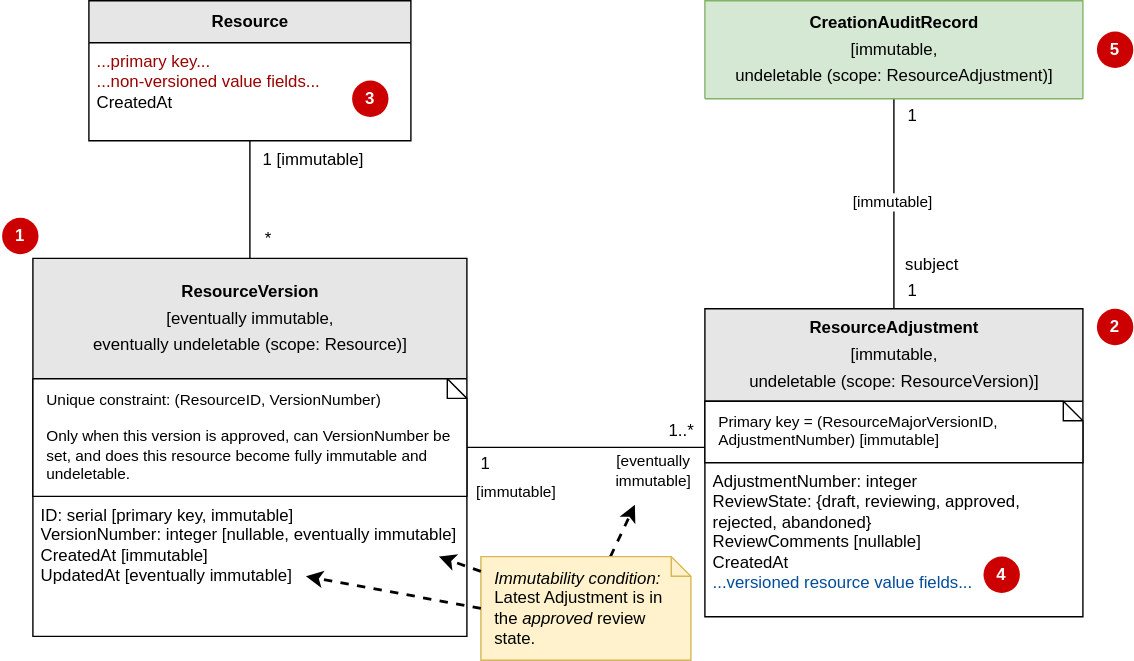
The draw.io diagram devdocs/reviewable-infra-normal.drawio.svg in fullstaq-labs/sqedule, before a commit. Source tidied: cells renumbered, new cells last; positions are measured from the earlier drawing's top-left corner, leaving out a move shared by most shapes. Source of this version:
```xml
<mxGraphModel>
  <root>
    <mxCell id="0" />
    <mxCell id="1" parent="0" />
    <mxCell id="2" style="edgeStyle=orthogonalEdgeStyle;rounded=0;sketch=0;jumpStyle=arc;jettySize=auto;html=1;startArrow=none;startFill=0;endArrow=none;endFill=0;strokeColor=#000000;strokeWidth=1;fontSize=12;fontColor=#000000;" parent="1" edge="1" source="17" target="20">
      <mxGeometry relative="1" as="geometry">
        <Array as="points">
          <mxPoint x="422" y="319" />
          <mxPoint x="422" y="319" />
        </Array>
      </mxGeometry>
    </mxCell>
    <mxCell id="3" value="1..*" style="edgeLabel;html=1;align=center;verticalAlign=middle;fontSize=12;fontColor=#000000;" parent="2" vertex="1">
      <mxGeometry x="0.57" y="1" relative="1" as="geometry">
        <mxPoint x="19" y="-12" as="offset" />
      </mxGeometry>
    </mxCell>
    <mxCell id="4" value="1" style="edgeLabel;html=1;align=center;verticalAlign=middle;fontSize=12;fontColor=#000000;" parent="2" vertex="1">
      <mxGeometry x="-0.63" y="-2" relative="1" as="geometry">
        <mxPoint x="-19" y="9" as="offset" />
      </mxGeometry>
    </mxCell>
    <mxCell id="5" value="&lt;font&gt;[eventually&lt;br&gt;immutable]&lt;/font&gt;" style="edgeLabel;html=1;align=center;verticalAlign=middle;" parent="2" vertex="1">
      <mxGeometry x="-0.15" y="-1" relative="1" as="geometry">
        <mxPoint x="60" y="15" as="offset" />
      </mxGeometry>
    </mxCell>
    <mxCell id="6" value="[immutable]" style="edgeLabel;html=1;align=center;verticalAlign=middle;" parent="2" vertex="1">
      <mxGeometry x="-0.81" y="-1" relative="1" as="geometry">
        <mxPoint x="18" y="30" as="offset" />
      </mxGeometry>
    </mxCell>
    <mxCell id="7" style="edgeStyle=orthogonalEdgeStyle;rounded=0;sketch=0;jumpStyle=arc;jettySize=auto;html=1;startArrow=none;startFill=0;endArrow=none;endFill=0;strokeColor=#000000;strokeWidth=1;fontSize=12;fontColor=#000000;" parent="1" edge="1" source="23" target="17">
      <mxGeometry relative="1" as="geometry" />
    </mxCell>
    <mxCell id="8" value="1 [immutable]" style="edgeLabel;html=1;align=center;verticalAlign=middle;fontSize=12;fontColor=#000000;" parent="7" vertex="1">
      <mxGeometry x="-0.7" y="2" relative="1" as="geometry">
        <mxPoint x="42" as="offset" />
      </mxGeometry>
    </mxCell>
    <mxCell id="9" value="*" style="edgeLabel;html=1;align=center;verticalAlign=middle;fontSize=12;fontColor=#000000;" parent="7" vertex="1">
      <mxGeometry x="0.61" y="2" relative="1" as="geometry">
        <mxPoint x="10" y="1" as="offset" />
      </mxGeometry>
    </mxCell>
    <mxCell id="10" style="edgeStyle=orthogonalEdgeStyle;rounded=0;sketch=0;jumpStyle=arc;jettySize=auto;html=1;startArrow=none;startFill=0;endArrow=none;endFill=0;strokeColor=#000000;strokeWidth=1;fontSize=12;fontColor=#000000;" parent="1" edge="1" source="20" target="25">
      <mxGeometry relative="1" as="geometry" />
    </mxCell>
    <mxCell id="11" value="1" style="edgeLabel;html=1;align=center;verticalAlign=middle;fontSize=12;fontColor=#000000;" parent="10" vertex="1">
      <mxGeometry x="0.65" y="-2" relative="1" as="geometry">
        <mxPoint x="10" y="-15" as="offset" />
      </mxGeometry>
    </mxCell>
    <mxCell id="12" value="1" style="edgeLabel;html=1;align=center;verticalAlign=middle;fontSize=12;fontColor=#000000;" parent="10" vertex="1">
      <mxGeometry x="-0.66" y="2" relative="1" as="geometry">
        <mxPoint x="14" y="11" as="offset" />
      </mxGeometry>
    </mxCell>
    <mxCell id="13" value="subject" style="edgeLabel;html=1;align=center;verticalAlign=middle;fontSize=12;fontColor=#000000;" parent="10" vertex="1">
      <mxGeometry x="-0.52" y="1" relative="1" as="geometry">
        <mxPoint x="27" y="4" as="offset" />
      </mxGeometry>
    </mxCell>
    <mxCell id="14" value="[immutable]" style="edgeLabel;html=1;align=center;verticalAlign=middle;" parent="10" vertex="1">
      <mxGeometry x="0.03" y="2" relative="1" as="geometry" />
    </mxCell>
    <mxCell id="15" style="rounded=0;sketch=0;jumpStyle=arc;jettySize=auto;html=1;startArrow=none;startFill=0;endArrow=classic;endFill=1;strokeColor=#000000;strokeWidth=2;fontSize=12;fontColor=#000000;dashed=1;" parent="1" edge="1" source="16">
      <mxGeometry relative="1" as="geometry">
        <mxPoint x="452" y="360" as="targetPoint" />
      </mxGeometry>
    </mxCell>
    <mxCell id="16" value="&lt;i&gt;Immutability condition:&lt;/i&gt;&lt;br&gt;Latest Adjustment is in the&amp;nbsp;&lt;i&gt;approved&lt;/i&gt;&amp;nbsp;review state." style="shape=note;whiteSpace=wrap;html=1;size=14;verticalAlign=top;align=left;spacingTop=-6;fontSize=12;spacing=10;fillColor=#fff2cc;strokeColor=#d6b656;sketch=0;" parent="1" vertex="1">
      <mxGeometry x="342" y="397" width="150" height="74" as="geometry" />
    </mxCell>
    <mxCell id="17" value="&lt;p style=&quot;line-height: 160%&quot;&gt;ResourceVersion&lt;br&gt;&lt;span style=&quot;font-weight: normal ; line-height: 120%&quot;&gt;[eventually immutable,&lt;br&gt;eventually undeletable (scope: Resource)]&lt;/span&gt;&lt;/p&gt;" style="swimlane;fontStyle=1;horizontal=1;startSize=86;swimlaneFillColor=#ffffff;html=1;fillColor=#E6E6E6;" parent="1" vertex="1">
      <mxGeometry x="22" y="184" width="310" height="270" as="geometry" />
    </mxCell>
    <mxCell id="18" value="Unique constraint: (ResourceID, VersionNumber)&lt;br&gt;&lt;br&gt;Only when this version is approved, can VersionNumber be set, and does this resource become fully immutable and undeletable." style="shape=note;whiteSpace=wrap;html=1;size=14;verticalAlign=top;align=left;spacingTop=-6;fontSize=11;spacing=10;sketch=0;" parent="17" vertex="1">
      <mxGeometry y="86" width="310" height="84" as="geometry" />
    </mxCell>
    <mxCell id="19" value="ID: serial [primary key, immutable]&#10;VersionNumber: integer [nullable, eventually immutable]&#10;CreatedAt [immutable]&#10;UpdatedAt [eventually immutable]" style="text;strokeColor=none;fillColor=none;align=left;verticalAlign=top;spacingLeft=4;spacingRight=4;overflow=hidden;whiteSpace=wrap;" parent="17" vertex="1">
      <mxGeometry y="170" width="310" height="100" as="geometry" />
    </mxCell>
    <mxCell id="20" value="&lt;p style=&quot;line-height: 160%&quot;&gt;ResourceAdjustment&lt;br&gt;&lt;span style=&quot;font-weight: normal&quot;&gt;[immutable,&lt;br&gt;undeletable (scope: ResourceVersion)]&lt;/span&gt;&lt;/p&gt;" style="swimlane;fontStyle=1;horizontal=1;startSize=66;swimlaneFillColor=#ffffff;html=1;fillColor=#E6E6E6;" parent="1" vertex="1">
      <mxGeometry x="502" y="220" width="270" height="220" as="geometry" />
    </mxCell>
    <mxCell id="21" value="Primary key = (ResourceMajorVersionID, AdjustmentNumber) [immutable]" style="shape=note;whiteSpace=wrap;html=1;size=14;verticalAlign=top;align=left;spacingTop=-6;fontSize=11;spacing=10;sketch=0;" parent="20" vertex="1">
      <mxGeometry y="66" width="270" height="44" as="geometry" />
    </mxCell>
    <mxCell id="22" value="AdjustmentNumber: integer&lt;br&gt;ReviewState: {draft, reviewing, approved, rejected, abandoned}&lt;br&gt;ReviewComments [nullable]&lt;br&gt;CreatedAt&lt;br&gt;&lt;font color=&quot;#004c99&quot;&gt;...versioned resource value fields...&lt;/font&gt;" style="text;strokeColor=none;fillColor=none;align=left;verticalAlign=top;spacingLeft=4;spacingRight=4;overflow=hidden;whiteSpace=wrap;html=1;" parent="20" vertex="1">
      <mxGeometry y="110" width="270" height="110" as="geometry" />
    </mxCell>
    <mxCell id="23" value="Resource" style="swimlane;fontStyle=1;horizontal=1;startSize=30;swimlaneFillColor=#ffffff;html=1;fillColor=#E6E6E6;" parent="1" vertex="1">
      <mxGeometry x="62" width="230" height="100" as="geometry" />
    </mxCell>
    <mxCell id="24" value="&lt;font color=&quot;#990000&quot;&gt;...primary key...&lt;br&gt;...non-versioned value fields...&lt;br&gt;&lt;/font&gt;CreatedAt" style="text;strokeColor=none;fillColor=none;align=left;verticalAlign=top;spacingLeft=4;spacingRight=4;overflow=hidden;whiteSpace=wrap;html=1;" parent="23" vertex="1">
      <mxGeometry y="30" width="230" height="70" as="geometry" />
    </mxCell>
    <mxCell id="25" value="&lt;span style=&quot;line-height: 160%&quot;&gt;&lt;b&gt;CreationAuditRecord&lt;/b&gt;&lt;br&gt;[immutable,&lt;br&gt;undeletable (scope: ResourceAdjustment)]&lt;br&gt;&lt;/span&gt;" style="swimlane;fontStyle=0;horizontal=1;startSize=70;strokeColor=#82b366;swimlaneFillColor=#ffffff;html=1;fillColor=#d5e8d4;" parent="1" vertex="1" collapsed="1">
      <mxGeometry x="502" width="270" height="70" as="geometry" />
    </mxCell>
    <mxCell id="26" value="1" style="ellipse;whiteSpace=wrap;html=1;fontStyle=1;strokeWidth=2;strokeColor=none;fillColor=#CC0000;fontColor=#FFFFFF;" parent="1" vertex="1">
      <mxGeometry y="155" width="26" height="26" as="geometry" />
    </mxCell>
    <mxCell id="27" value="2" style="ellipse;whiteSpace=wrap;html=1;fontStyle=1;strokeWidth=2;strokeColor=none;fillColor=#CC0000;fontColor=#FFFFFF;" parent="1" vertex="1">
      <mxGeometry x="782" y="220" width="26" height="26" as="geometry" />
    </mxCell>
    <mxCell id="28" value="3" style="ellipse;whiteSpace=wrap;html=1;fontStyle=1;strokeWidth=2;strokeColor=none;fillColor=#CC0000;fontColor=#FFFFFF;" parent="1" vertex="1">
      <mxGeometry x="250" y="57" width="26" height="26" as="geometry" />
    </mxCell>
    <mxCell id="29" value="4" style="ellipse;whiteSpace=wrap;html=1;fontStyle=1;strokeWidth=2;strokeColor=none;fillColor=#CC0000;fontColor=#FFFFFF;" parent="1" vertex="1">
      <mxGeometry x="701" y="397" width="26" height="26" as="geometry" />
    </mxCell>
    <mxCell id="30" value="5" style="ellipse;whiteSpace=wrap;html=1;fontStyle=1;strokeWidth=2;strokeColor=none;fillColor=#CC0000;fontColor=#FFFFFF;" parent="1" vertex="1">
      <mxGeometry x="782" y="22" width="26" height="26" as="geometry" />
    </mxCell>
    <mxCell id="31" style="edgeStyle=none;rounded=0;jettySize=auto;html=1;endArrow=classic;endFill=1;strokeWidth=2;dashed=1;" parent="1" edge="1" source="16">
      <mxGeometry relative="1" as="geometry">
        <mxPoint x="312" y="397" as="targetPoint" />
      </mxGeometry>
    </mxCell>
    <mxCell id="32" style="rounded=0;jettySize=auto;html=1;dashed=1;strokeWidth=2;exitX=0;exitY=0.5;exitDx=0;exitDy=0;exitPerimeter=0;" parent="1" edge="1" source="16">
      <mxGeometry relative="1" as="geometry">
        <mxPoint x="217" y="411" as="targetPoint" />
      </mxGeometry>
    </mxCell>
  </root>
</mxGraphModel>
```
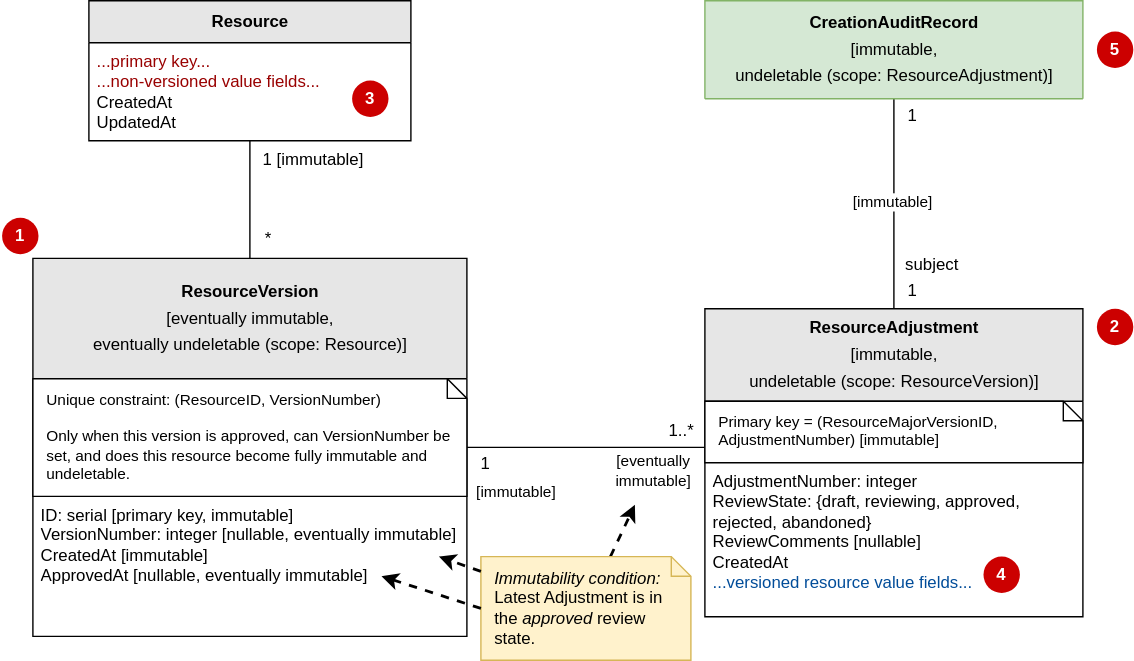
After the change.

The edit, as a diff of the source:
```diff
@@ -78,7 +78,7 @@
     <mxCell id="18" value="Unique constraint: (ResourceID, VersionNumber)&lt;br&gt;&lt;br&gt;Only when this version is approved, can VersionNumber be set, and does this resource become fully immutable and undeletable." style="shape=note;whiteSpace=wrap;html=1;size=14;verticalAlign=top;align=left;spacingTop=-6;fontSize=11;spacing=10;sketch=0;" parent="17" vertex="1">
       <mxGeometry y="86" width="310" height="84" as="geometry" />
     </mxCell>
-    <mxCell id="19" value="ID: serial [primary key, immutable]&#10;VersionNumber: integer [nullable, eventually immutable]&#10;CreatedAt [immutable]&#10;UpdatedAt [eventually immutable]" style="text;strokeColor=none;fillColor=none;align=left;verticalAlign=top;spacingLeft=4;spacingRight=4;overflow=hidden;whiteSpace=wrap;" parent="17" vertex="1">
+    <mxCell id="19" value="ID: serial [primary key, immutable]&#10;VersionNumber: integer [nullable, eventually immutable]&#10;CreatedAt [immutable]&#10;ApprovedAt [nullable, eventually immutable]" style="text;strokeColor=none;fillColor=none;align=left;verticalAlign=top;spacingLeft=4;spacingRight=4;overflow=hidden;whiteSpace=wrap;" parent="17" vertex="1">
       <mxGeometry y="170" width="310" height="100" as="geometry" />
     </mxCell>
     <mxCell id="20" value="&lt;p style=&quot;line-height: 160%&quot;&gt;ResourceAdjustment&lt;br&gt;&lt;span style=&quot;font-weight: normal&quot;&gt;[immutable,&lt;br&gt;undeletable (scope: ResourceVersion)]&lt;/span&gt;&lt;/p&gt;" style="swimlane;fontStyle=1;horizontal=1;startSize=66;swimlaneFillColor=#ffffff;html=1;fillColor=#E6E6E6;" parent="1" vertex="1">
@@ -93,7 +93,7 @@
     <mxCell id="23" value="Resource" style="swimlane;fontStyle=1;horizontal=1;startSize=30;swimlaneFillColor=#ffffff;html=1;fillColor=#E6E6E6;" parent="1" vertex="1">
       <mxGeometry x="62" width="230" height="100" as="geometry" />
     </mxCell>
-    <mxCell id="24" value="&lt;font color=&quot;#990000&quot;&gt;...primary key...&lt;br&gt;...non-versioned value fields...&lt;br&gt;&lt;/font&gt;CreatedAt" style="text;strokeColor=none;fillColor=none;align=left;verticalAlign=top;spacingLeft=4;spacingRight=4;overflow=hidden;whiteSpace=wrap;html=1;" parent="23" vertex="1">
+    <mxCell id="24" value="&lt;font color=&quot;#990000&quot;&gt;...primary key...&lt;br&gt;...non-versioned value fields...&lt;br&gt;&lt;/font&gt;CreatedAt&lt;br&gt;UpdatedAt" style="text;strokeColor=none;fillColor=none;align=left;verticalAlign=top;spacingLeft=4;spacingRight=4;overflow=hidden;whiteSpace=wrap;html=1;" parent="23" vertex="1">
       <mxGeometry y="30" width="230" height="70" as="geometry" />
     </mxCell>
     <mxCell id="25" value="&lt;span style=&quot;line-height: 160%&quot;&gt;&lt;b&gt;CreationAuditRecord&lt;/b&gt;&lt;br&gt;[immutable,&lt;br&gt;undeletable (scope: ResourceAdjustment)]&lt;br&gt;&lt;/span&gt;" style="swimlane;fontStyle=0;horizontal=1;startSize=70;strokeColor=#82b366;swimlaneFillColor=#ffffff;html=1;fillColor=#d5e8d4;" parent="1" vertex="1" collapsed="1">
@@ -121,7 +121,7 @@
     </mxCell>
     <mxCell id="32" style="rounded=0;jettySize=auto;html=1;dashed=1;strokeWidth=2;exitX=0;exitY=0.5;exitDx=0;exitDy=0;exitPerimeter=0;" parent="1" edge="1" source="16">
       <mxGeometry relative="1" as="geometry">
-        <mxPoint x="217" y="411" as="targetPoint" />
+        <mxPoint x="271" y="411" as="targetPoint" />
       </mxGeometry>
     </mxCell>
   </root>
```
